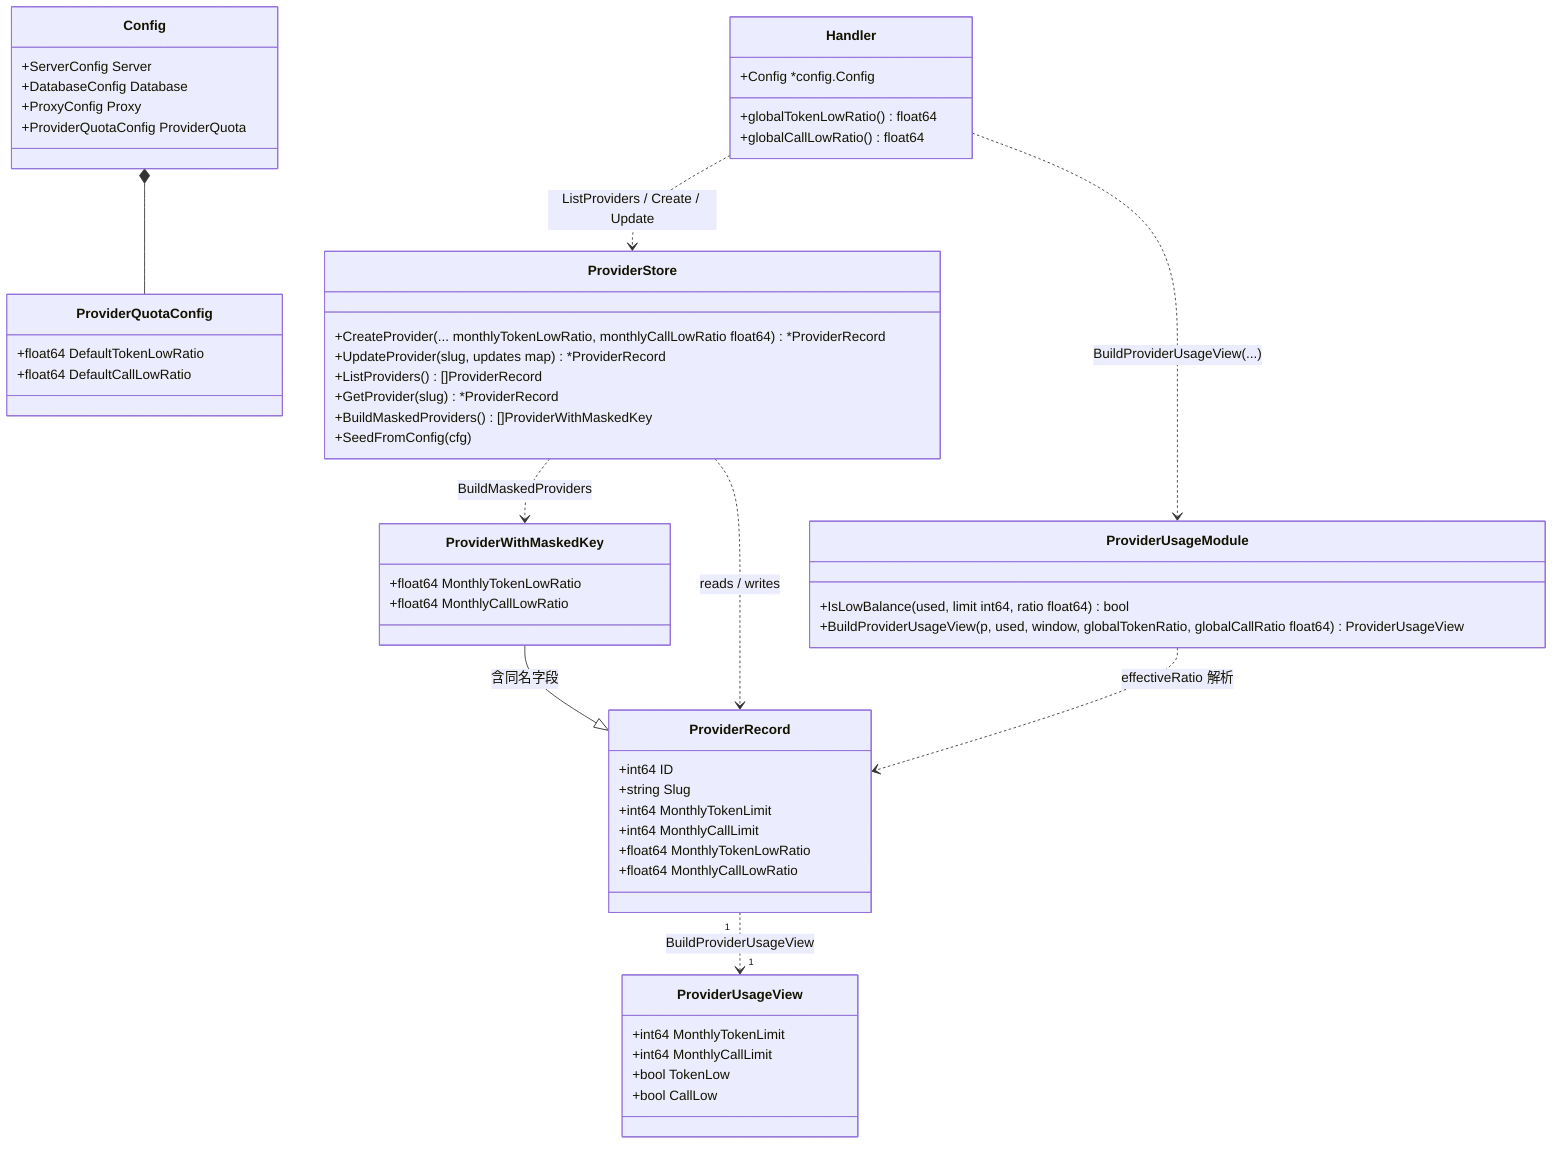
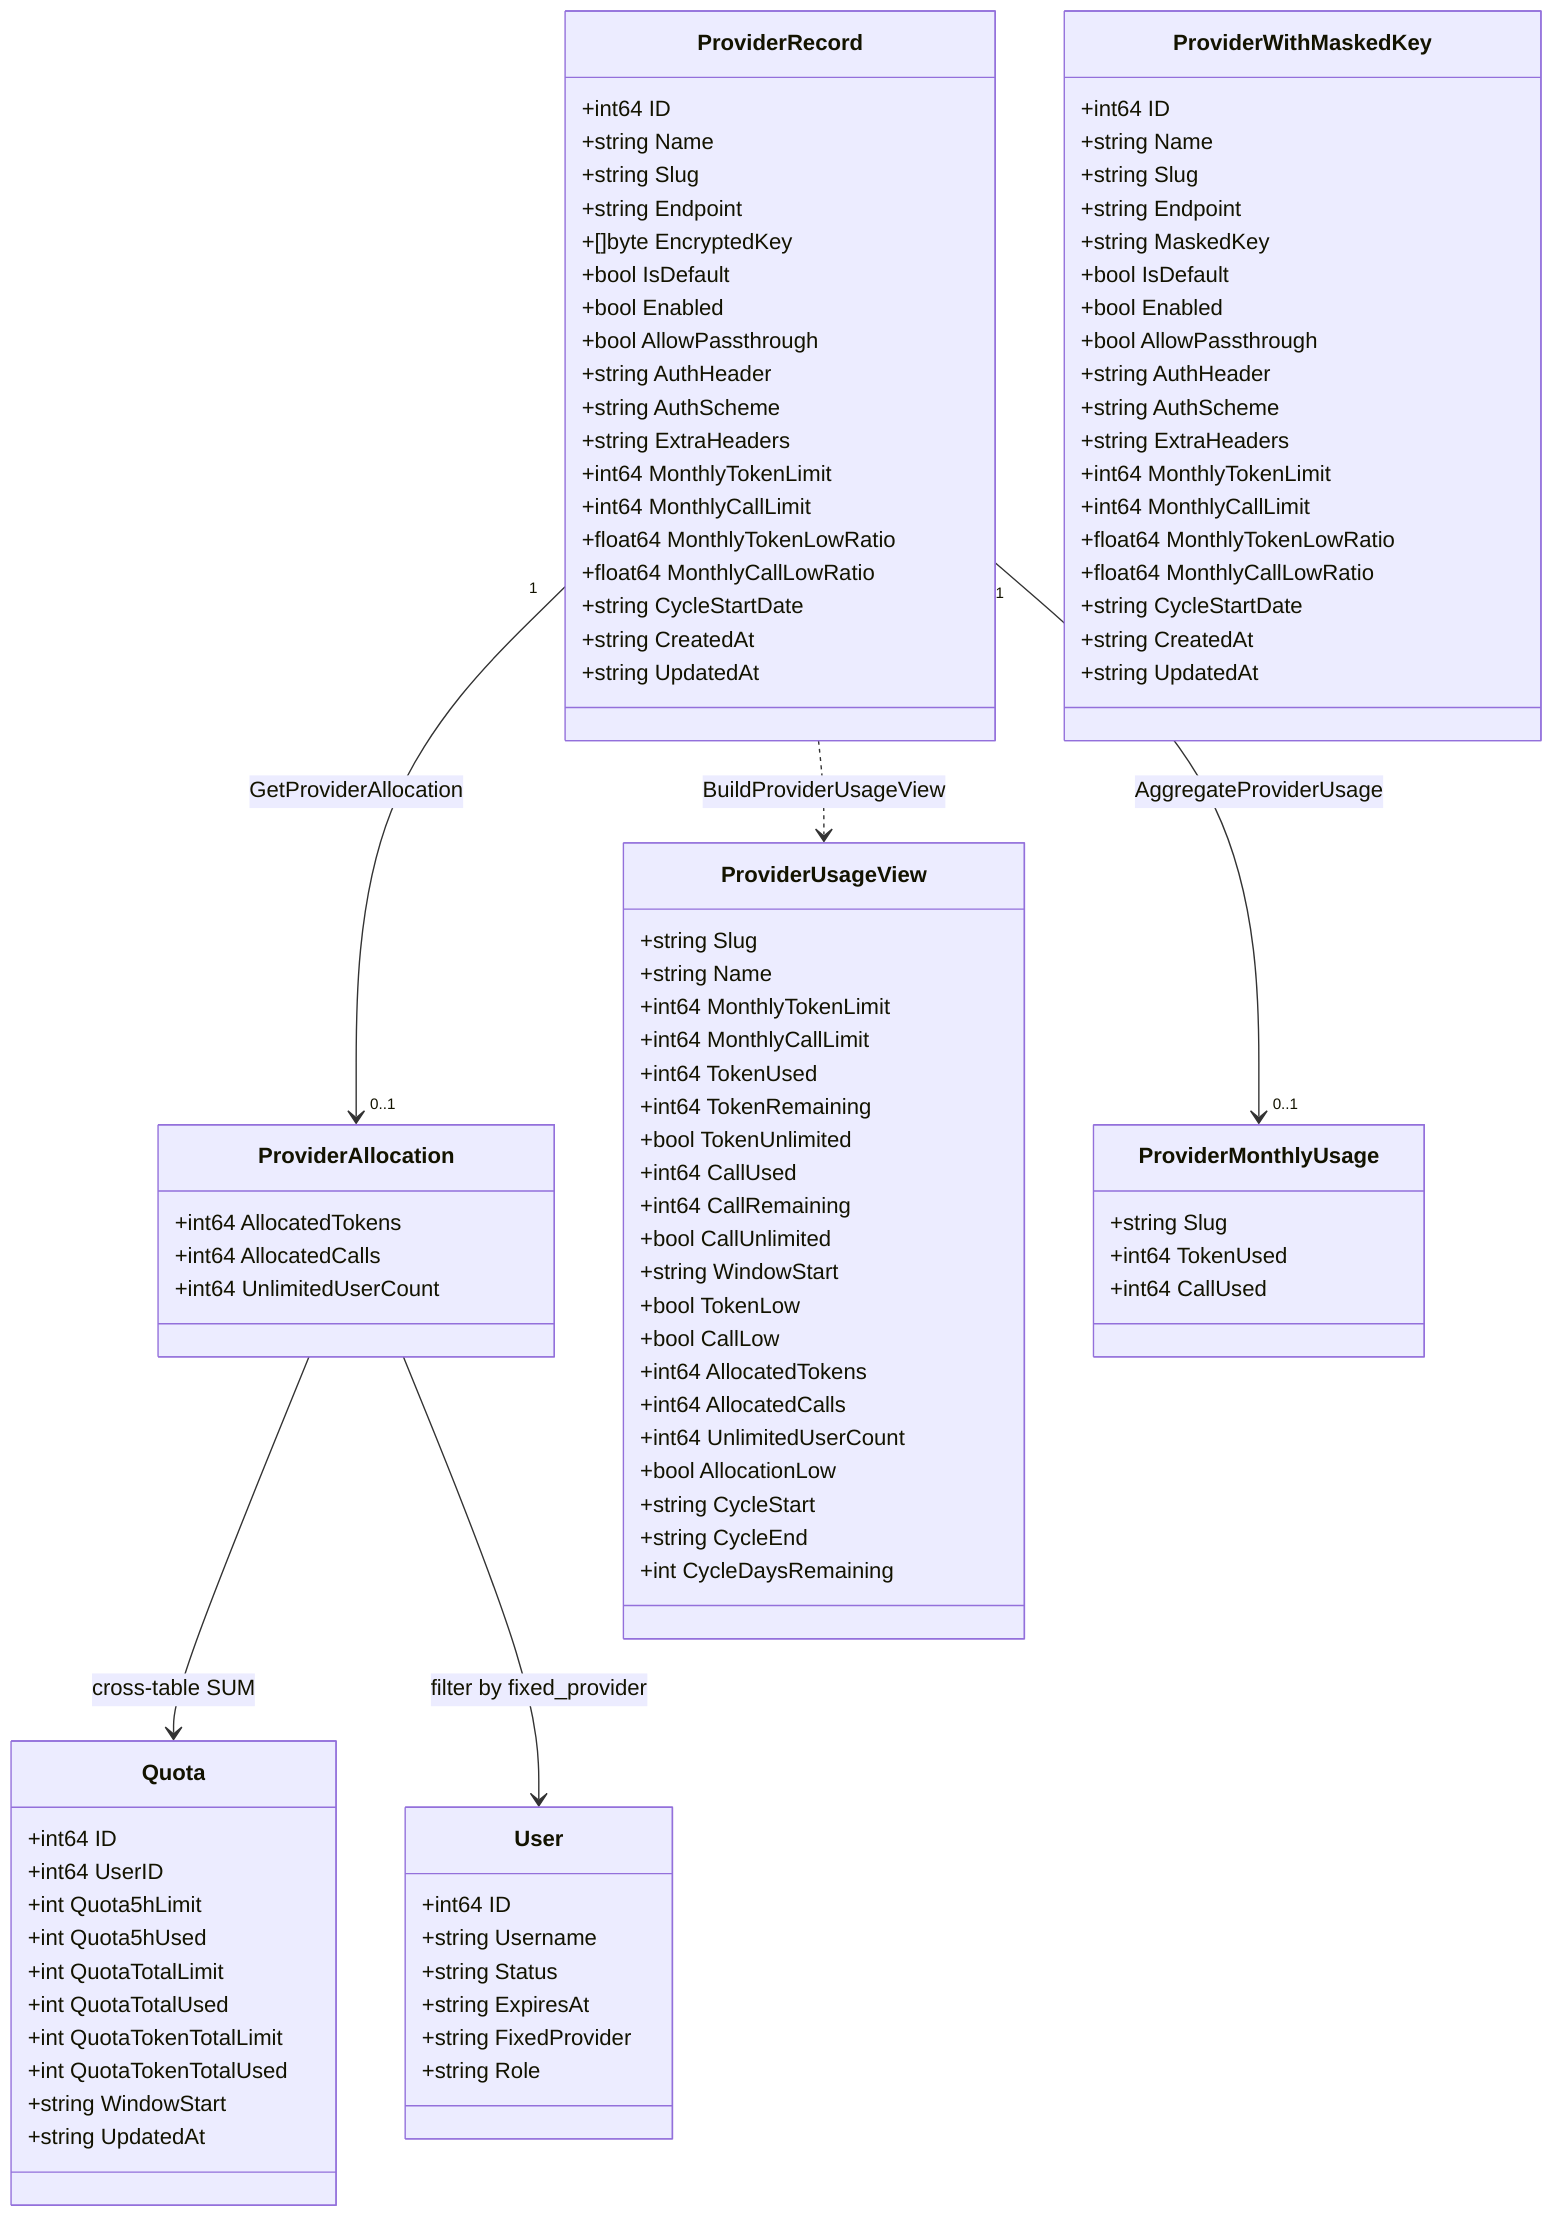
classDiagram
-     class Config {
-         +ServerConfig Server
-         +DatabaseConfig Database
-         +ProxyConfig Proxy
-         +ProviderQuotaConfig ProviderQuota
-     }
-     class ProviderQuotaConfig {
-         +float64 DefaultTokenLowRatio
-         +float64 DefaultCallLowRatio
-     }
    class ProviderRecord {
        +int64 ID
+         +string Name
        +string Slug
+         +string Endpoint
+         +[]byte EncryptedKey
+         +bool IsDefault
+         +bool Enabled
+         +bool AllowPassthrough
+         +string AuthHeader
+         +string AuthScheme
+         +string ExtraHeaders
        +int64 MonthlyTokenLimit
        +int64 MonthlyCallLimit
        +float64 MonthlyTokenLowRatio
        +float64 MonthlyCallLowRatio
+         +string CycleStartDate
+         +string CreatedAt
+         +string UpdatedAt
    }
+ 
    class ProviderWithMaskedKey {
+         +int64 ID
+         +string Name
+         +string Slug
+         +string Endpoint
+         +string MaskedKey
+         +bool IsDefault
+         +bool Enabled
+         +bool AllowPassthrough
+         +string AuthHeader
+         +string AuthScheme
+         +string ExtraHeaders
+         +int64 MonthlyTokenLimit
+         +int64 MonthlyCallLimit
        +float64 MonthlyTokenLowRatio
        +float64 MonthlyCallLowRatio
+         +string CycleStartDate
+         +string CreatedAt
+         +string UpdatedAt
    }
+ 
+     class ProviderAllocation {
+         +int64 AllocatedTokens
+         +int64 AllocatedCalls
+         +int64 UnlimitedUserCount
+     }
+ 
    class ProviderUsageView {
+         +string Slug
+         +string Name
        +int64 MonthlyTokenLimit
        +int64 MonthlyCallLimit
+         +int64 TokenUsed
+         +int64 TokenRemaining
+         +bool TokenUnlimited
+         +int64 CallUsed
+         +int64 CallRemaining
+         +bool CallUnlimited
+         +string WindowStart
        +bool TokenLow
        +bool CallLow
-     }
-     class ProviderStore {
-         +CreateProvider(... monthlyTokenLowRatio, monthlyCallLowRatio float64) *ProviderRecord
-         +UpdateProvider(slug, updates map) *ProviderRecord
-         +ListProviders() []ProviderRecord
-         +GetProvider(slug) *ProviderRecord
-         +BuildMaskedProviders() []ProviderWithMaskedKey
-         +SeedFromConfig(cfg)
-     }
-     class ProviderUsageModule {
-         +IsLowBalance(used, limit int64, ratio float64) bool
-         +BuildProviderUsageView(p, used, window, globalTokenRatio, globalCallRatio float64) ProviderUsageView
-     }
-     class Handler {
-         +Config *config.Config
-         +globalTokenLowRatio() float64
-         +globalCallLowRatio() float64
+         +int64 AllocatedTokens
+         +int64 AllocatedCalls
+         +int64 UnlimitedUserCount
+         +bool AllocationLow
+         +string CycleStart
+         +string CycleEnd
+         +int CycleDaysRemaining
    }

-     Config *-- ProviderQuotaConfig
-     ProviderRecord "1" ..> "1" ProviderUsageView : BuildProviderUsageView
-     ProviderWithMaskedKey --|> ProviderRecord : 含同名字段
-     ProviderStore ..> ProviderRecord : reads / writes
-     ProviderStore ..> ProviderWithMaskedKey : BuildMaskedProviders
-     Handler ..> ProviderStore : ListProviders / Create / Update
-     Handler ..> ProviderUsageModule : BuildProviderUsageView(...)
-     ProviderUsageModule ..> ProviderRecord : effectiveRatio 解析
+     class ProviderMonthlyUsage {
+         +string Slug
+         +int64 TokenUsed
+         +int64 CallUsed
+     }
+ 
+     class Quota {
+         +int64 ID
+         +int64 UserID
+         +int Quota5hLimit
+         +int Quota5hUsed
+         +int QuotaTotalLimit
+         +int QuotaTotalUsed
+         +int QuotaTokenTotalLimit
+         +int QuotaTokenTotalUsed
+         +string WindowStart
+         +string UpdatedAt
+     }
+ 
+     class User {
+         +int64 ID
+         +string Username
+         +string Status
+         +string ExpiresAt
+         +string FixedProvider
+         +string Role
+     }
+ 
+     ProviderRecord "1" --> "0..1" ProviderAllocation : GetProviderAllocation
+     ProviderRecord "1" --> "0..1" ProviderMonthlyUsage : AggregateProviderUsage
+     ProviderRecord ..> ProviderUsageView : BuildProviderUsageView
+     ProviderAllocation --> Quota : cross-table SUM
+     ProviderAllocation --> User : filter by fixed_provider
